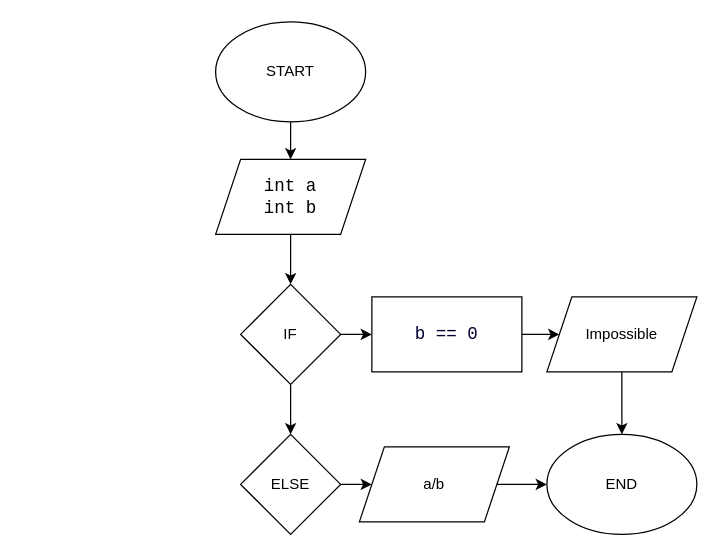
This is Práctico 1 Ejercicio 3.drawio from Kal222000/Diagramas-De-Flujo, a draw.io file, before an edit. Source tidied: cells renumbered, new cells numbered last; positions are measured from the earlier drawing's top-left corner, leaving out a move shared by most shapes. Both pictures are drawn from the tidied source at 125%, with x=0, y=0 at pixel (215, 21).
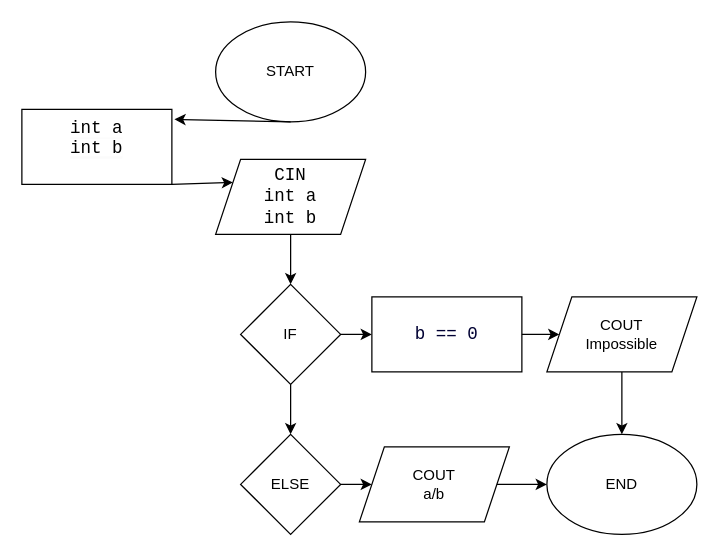
Above is the later version.

The change refers to these unchanged cells:
```xml
<mxCell id="2" value="START" style="ellipse;whiteSpace=wrap;html=1;" parent="1" vertex="1">
  <mxGeometry width="120" height="80" as="geometry" />
</mxCell>
```

The edit, as a diff of the source:
```diff
@@
-    <mxCell id="3" style="endArrow=classic;html=1;rounded=0;exitX=0.5;exitY=1;exitDx=0;exitDy=0;" parent="1" edge="1" source="2">
-      <mxGeometry relative="1" as="geometry">
-        <mxPoint x="60" y="110" as="targetPoint" />
-      </mxGeometry>
+    <mxCell id="3" style="endArrow=classic;html=1;rounded=0;exitX=0.5;exitY=1;exitDx=0;exitDy=0;entryX=1.017;entryY=0.133;entryDx=0;entryDy=0;entryPerimeter=0;" parent="1" edge="1" source="2" target="21">
+      <mxGeometry relative="1" as="geometry" />
     </mxCell>
@@
-    <mxCell id="6" value="&lt;span style=&quot;background-color: rgb(255, 255, 255);&quot;&gt;&lt;span style=&quot;font-family: Consolas, &amp;quot;Courier New&amp;quot;, monospace; font-size: 14px; white-space: pre;&quot;&gt;int&lt;/span&gt;&lt;span style=&quot;font-family: Consolas, &amp;quot;Courier New&amp;quot;, monospace; font-size: 14px; white-space: pre;&quot;&gt; &lt;/span&gt;&lt;span style=&quot;font-family: Consolas, &amp;quot;Courier New&amp;quot;, monospace; font-size: 14px; white-space: pre;&quot;&gt;a&lt;/span&gt;&lt;/span&gt;&lt;div&gt;&lt;span style=&quot;background-color: rgb(255, 255, 255);&quot;&gt;&lt;span style=&quot;font-family: Consolas, &amp;quot;Courier New&amp;quot;, monospace; font-size: 14px; white-space: pre;&quot;&gt;int&lt;/span&gt;&lt;span style=&quot;font-family: Consolas, &amp;quot;Courier New&amp;quot;, monospace; font-size: 14px; white-space: pre;&quot;&gt; &lt;/span&gt;&lt;span style=&quot;font-family: Consolas, &amp;quot;Courier New&amp;quot;, monospace; font-size: 14px; white-space: pre;&quot;&gt;b&lt;/span&gt;&lt;/span&gt;&lt;/div&gt;" style="shape=parallelogram;perimeter=parallelogramPerimeter;whiteSpace=wrap;html=1;fixedSize=1;" parent="1" vertex="1">
+    <mxCell id="6" value="&lt;span style=&quot;background-color: rgb(255, 255, 255);&quot;&gt;&lt;span style=&quot;font-family: Consolas, &amp;quot;Courier New&amp;quot;, monospace; font-size: 14px; white-space: pre;&quot;&gt;CIN&lt;/span&gt;&lt;/span&gt;&lt;div&gt;&lt;span style=&quot;background-color: rgb(255, 255, 255);&quot;&gt;&lt;span style=&quot;font-family: Consolas, &amp;quot;Courier New&amp;quot;, monospace; font-size: 14px; white-space: pre;&quot;&gt;int&lt;/span&gt;&lt;span style=&quot;font-family: Consolas, &amp;quot;Courier New&amp;quot;, monospace; font-size: 14px; white-space: pre;&quot;&gt; &lt;/span&gt;&lt;span style=&quot;font-family: Consolas, &amp;quot;Courier New&amp;quot;, monospace; font-size: 14px; white-space: pre;&quot;&gt;a&lt;/span&gt;&lt;/span&gt;&lt;div&gt;&lt;span style=&quot;background-color: rgb(255, 255, 255);&quot;&gt;&lt;span style=&quot;font-family: Consolas, &amp;quot;Courier New&amp;quot;, monospace; font-size: 14px; white-space: pre;&quot;&gt;int&lt;/span&gt;&lt;span style=&quot;font-family: Consolas, &amp;quot;Courier New&amp;quot;, monospace; font-size: 14px; white-space: pre;&quot;&gt; &lt;/span&gt;&lt;span style=&quot;font-family: Consolas, &amp;quot;Courier New&amp;quot;, monospace; font-size: 14px; white-space: pre;&quot;&gt;b&lt;/span&gt;&lt;/span&gt;&lt;/div&gt;&lt;/div&gt;" style="shape=parallelogram;perimeter=parallelogramPerimeter;whiteSpace=wrap;html=1;fixedSize=1;" parent="1" vertex="1">
       <mxGeometry y="110" width="120" height="60" as="geometry" />
     </mxCell>
@@
-    <mxCell id="16" value="Impossible" style="shape=parallelogram;perimeter=parallelogramPerimeter;whiteSpace=wrap;html=1;fixedSize=1;" parent="1" vertex="1">
+    <mxCell id="16" value="COUT&lt;div&gt;Impossible&lt;/div&gt;" style="shape=parallelogram;perimeter=parallelogramPerimeter;whiteSpace=wrap;html=1;fixedSize=1;" parent="1" vertex="1">
       <mxGeometry x="265" y="220" width="120" height="60" as="geometry" />
     </mxCell>
-    <mxCell id="17" value="a/b" style="shape=parallelogram;perimeter=parallelogramPerimeter;whiteSpace=wrap;html=1;fixedSize=1;" parent="1" vertex="1">
+    <mxCell id="17" value="COUT&lt;div&gt;a/b&lt;/div&gt;" style="shape=parallelogram;perimeter=parallelogramPerimeter;whiteSpace=wrap;html=1;fixedSize=1;" parent="1" vertex="1">
       <mxGeometry x="115" y="340" width="120" height="60" as="geometry" />
     </mxCell>
@@
+    <mxCell id="21" value="&#10;&lt;span style=&quot;forced-color-adjust: none; color: rgb(0, 0, 0); font-family: Helvetica; font-size: 12px; font-style: normal; font-variant-ligatures: normal; font-variant-caps: normal; font-weight: 400; letter-spacing: normal; orphans: 2; text-align: center; text-indent: 0px; text-transform: none; widows: 2; word-spacing: 0px; -webkit-text-stroke-width: 0px; white-space: normal; text-decoration-thickness: initial; text-decoration-style: initial; text-decoration-color: initial; background-color: rgb(255, 255, 255);&quot;&gt;&lt;span style=&quot;forced-color-adjust: none; font-family: Consolas, &amp;quot;Courier New&amp;quot;, monospace; font-size: 14px; white-space: pre;&quot;&gt;int&lt;/span&gt;&lt;span style=&quot;forced-color-adjust: none; font-family: Consolas, &amp;quot;Courier New&amp;quot;, monospace; font-size: 14px; white-space: pre;&quot;&gt; &lt;/span&gt;&lt;span style=&quot;forced-color-adjust: none; font-family: Consolas, &amp;quot;Courier New&amp;quot;, monospace; font-size: 14px; white-space: pre;&quot;&gt;a&lt;/span&gt;&lt;/span&gt;&lt;div style=&quot;forced-color-adjust: none; color: rgb(0, 0, 0); font-family: Helvetica; font-size: 12px; font-style: normal; font-variant-ligatures: normal; font-variant-caps: normal; font-weight: 400; letter-spacing: normal; orphans: 2; text-align: center; text-indent: 0px; text-transform: none; widows: 2; word-spacing: 0px; -webkit-text-stroke-width: 0px; white-space: normal; background-color: rgb(251, 251, 251); text-decoration-thickness: initial; text-decoration-style: initial; text-decoration-color: initial;&quot;&gt;&lt;span style=&quot;forced-color-adjust: none; background-color: rgb(255, 255, 255);&quot;&gt;&lt;span style=&quot;forced-color-adjust: none; font-family: Consolas, &amp;quot;Courier New&amp;quot;, monospace; font-size: 14px; white-space: pre;&quot;&gt;int&lt;/span&gt;&lt;span style=&quot;forced-color-adjust: none; font-family: Consolas, &amp;quot;Courier New&amp;quot;, monospace; font-size: 14px; white-space: pre;&quot;&gt; &lt;/span&gt;&lt;span style=&quot;forced-color-adjust: none; font-family: Consolas, &amp;quot;Courier New&amp;quot;, monospace; font-size: 14px; white-space: pre;&quot;&gt;b&lt;/span&gt;&lt;/span&gt;&lt;/div&gt;&#10;&#10;" style="rounded=0;whiteSpace=wrap;html=1;" parent="1" vertex="1">
+      <mxGeometry x="-155" y="70" width="120" height="60" as="geometry" />
+    </mxCell>
+    <mxCell id="22" style="endArrow=classic;html=1;rounded=0;exitX=1;exitY=1;exitDx=0;exitDy=0;entryX=0;entryY=0.25;entryDx=0;entryDy=0;" parent="1" edge="1" source="21" target="6">
+      <mxGeometry relative="1" as="geometry" />
+    </mxCell>
```
